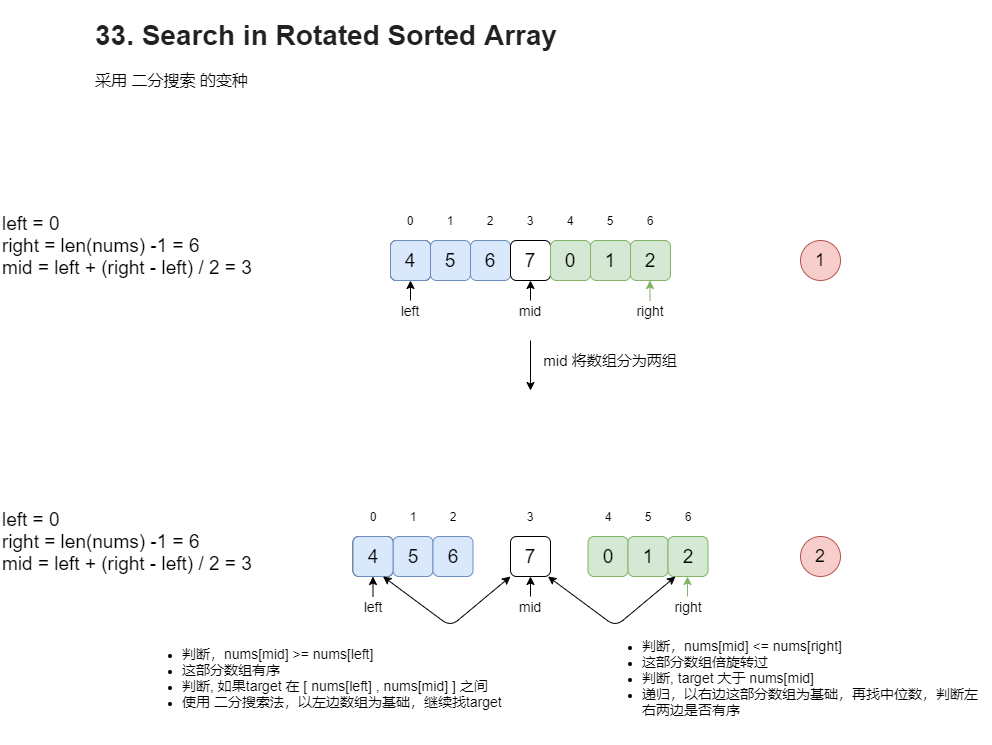
Before: Binay-Search/33_Search in Rotated Sorted Array/33-Binary-search-Rotated-Sorted-Array.png, a diagram exported from draw.io (Nevermore12321/LeetCode). Source tidied: cells renumbered, new cells last; positions are measured from the earlier drawing's top-left corner, leaving out a move shared by most shapes.
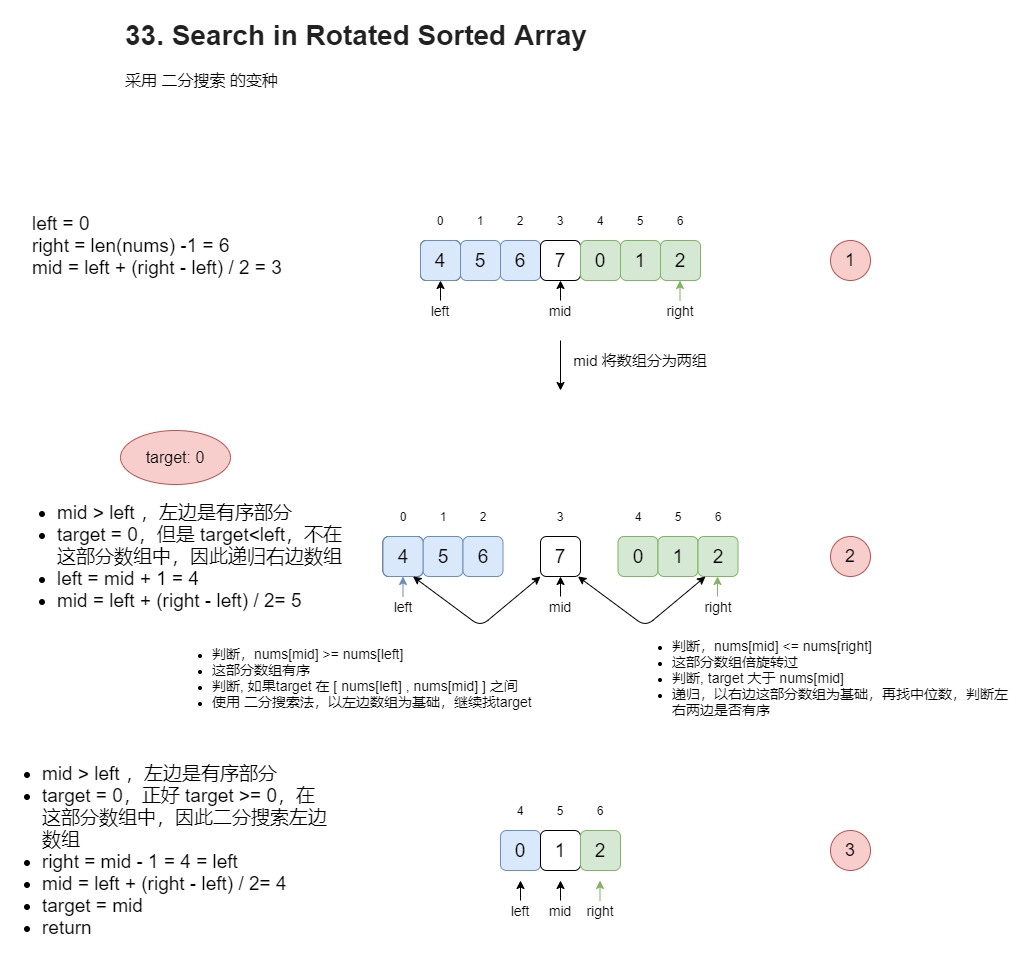
The same diagram one commit later.

Change to the diagram source:
```diff
@@ -109,7 +109,7 @@
     <mxCell id="34" value="&lt;font style=&quot;font-size: 19px&quot;&gt;2&lt;/font&gt;" style="rounded=1;whiteSpace=wrap;html=1;fillColor=#d5e8d4;strokeColor=#82b366;" parent="1" vertex="1">
       <mxGeometry x="667.5" y="526" width="40" height="40" as="geometry" />
     </mxCell>
-    <mxCell id="35" style="endArrow=classic;html=1;entryX=0.5;entryY=1;entryDx=0;entryDy=0;" parent="1" edge="1" target="27">
+    <mxCell id="35" style="endArrow=classic;html=1;entryX=0.5;entryY=1;entryDx=0;entryDy=0;fillColor=#dae8fc;strokeColor=#6c8ebf;" parent="1" edge="1" target="27">
       <mxGeometry relative="1" as="geometry">
         <mxPoint x="372.5" y="586" as="sourcePoint" />
       </mxGeometry>
@@ -120,8 +120,8 @@
         <mxPoint x="687" y="566" as="targetPoint" />
       </mxGeometry>
     </mxCell>
-    <mxCell id="37" value="&lt;font style=&quot;font-size: 19px&quot;&gt;left = 0&lt;br&gt;right = len(nums) -1 = 6&lt;br&gt;&lt;div&gt;&lt;span&gt;mid = left + (right - left) / 2 = 3&lt;/span&gt;&lt;/div&gt;&lt;/font&gt;" style="text;html=1;strokeColor=none;fillColor=none;align=left;verticalAlign=middle;whiteSpace=wrap;rounded=0;" parent="1" vertex="1">
-      <mxGeometry y="496" width="300" height="70" as="geometry" />
+    <mxCell id="37" value="&lt;div&gt;&lt;/div&gt;&lt;font style=&quot;font-size: 19px&quot;&gt;&lt;ul&gt;&lt;li&gt;&lt;font style=&quot;font-size: 19px&quot;&gt;mid &amp;gt; left ，左边是有序部分&lt;/font&gt;&lt;/li&gt;&lt;li&gt;&lt;font style=&quot;font-size: 19px&quot;&gt;target = 0，但是 target&amp;lt;left，不在这部分数组中，因此递归右边数组&lt;/font&gt;&lt;/li&gt;&lt;li&gt;left = mid + 1 = 4&lt;/li&gt;&lt;li&gt;mid = left + (right - left) / 2= 5&amp;nbsp;&lt;/li&gt;&lt;/ul&gt;&lt;/font&gt;" style="text;html=1;strokeColor=none;fillColor=none;align=left;verticalAlign=middle;whiteSpace=wrap;rounded=0;" parent="1" vertex="1">
+      <mxGeometry x="-15" y="468" width="330" height="156" as="geometry" />
     </mxCell>
     <mxCell id="38" value="0" style="text;html=1;strokeColor=none;fillColor=none;align=center;verticalAlign=middle;whiteSpace=wrap;rounded=0;" parent="1" vertex="1">
       <mxGeometry x="352.5" y="486" width="40" height="40" as="geometry" />
@@ -196,5 +196,59 @@
     <mxCell id="56" value="&lt;ul&gt;&lt;li&gt;&lt;font style=&quot;font-size: 14px&quot;&gt;判断，nums[mid] &amp;lt;= nums[right]&lt;/font&gt;&lt;/li&gt;&lt;li&gt;&lt;font style=&quot;font-size: 14px&quot;&gt;这部分数组倍旋转过&lt;/font&gt;&lt;/li&gt;&lt;li&gt;&lt;font style=&quot;font-size: 14px&quot;&gt;判断, target 大于 nums[mid]&lt;/font&gt;&lt;/li&gt;&lt;li&gt;&lt;font style=&quot;font-size: 14px&quot;&gt;递归，以右边这部分数组为基础，再找中位数，判断左右两边是否有序&lt;/font&gt;&lt;/li&gt;&lt;/ul&gt;&lt;font style=&quot;font-size: 14px&quot;&gt;&lt;br&gt;&lt;/font&gt;" style="text;html=1;strokeColor=none;fillColor=none;align=left;verticalAlign=middle;whiteSpace=wrap;rounded=0;" parent="1" vertex="1">
       <mxGeometry x="600" y="630" width="390.5" height="90" as="geometry" />
     </mxCell>
+    <mxCell id="57" value="&lt;font style=&quot;font-size: 16px&quot;&gt;target: 0&lt;/font&gt;" style="ellipse;whiteSpace=wrap;html=1;fillColor=#f8cecc;strokeColor=#b85450;" parent="1" vertex="1">
+      <mxGeometry x="90" y="420" width="110" height="54" as="geometry" />
+    </mxCell>
+    <mxCell id="58" value="&lt;font style=&quot;font-size: 19px&quot;&gt;0&lt;/font&gt;" style="rounded=1;whiteSpace=wrap;html=1;fillColor=#dae8fc;strokeColor=#6c8ebf;" parent="1" vertex="1">
+      <mxGeometry x="470" y="820" width="40" height="40" as="geometry" />
+    </mxCell>
+    <mxCell id="59" value="&lt;font style=&quot;font-size: 19px&quot;&gt;1&lt;/font&gt;" style="rounded=1;whiteSpace=wrap;html=1;" parent="1" vertex="1">
+      <mxGeometry x="510" y="820" width="40" height="40" as="geometry" />
+    </mxCell>
+    <mxCell id="60" value="&lt;font style=&quot;font-size: 19px&quot;&gt;2&lt;/font&gt;" style="rounded=1;whiteSpace=wrap;html=1;fillColor=#d5e8d4;strokeColor=#82b366;" parent="1" vertex="1">
+      <mxGeometry x="550" y="820" width="40" height="40" as="geometry" />
+    </mxCell>
+    <mxCell id="61" value="4" style="text;html=1;strokeColor=none;fillColor=none;align=center;verticalAlign=middle;whiteSpace=wrap;rounded=0;" parent="1" vertex="1">
+      <mxGeometry x="470" y="780" width="40" height="40" as="geometry" />
+    </mxCell>
+    <mxCell id="62" value="5" style="text;html=1;strokeColor=none;fillColor=none;align=center;verticalAlign=middle;whiteSpace=wrap;rounded=0;" parent="1" vertex="1">
+      <mxGeometry x="510" y="780" width="40" height="40" as="geometry" />
+    </mxCell>
+    <mxCell id="63" value="6" style="text;html=1;strokeColor=none;fillColor=none;align=center;verticalAlign=middle;whiteSpace=wrap;rounded=0;" parent="1" vertex="1">
+      <mxGeometry x="550" y="780" width="40" height="40" as="geometry" />
+    </mxCell>
+    <mxCell id="64" value="&lt;font style=&quot;font-size: 18px&quot;&gt;3&lt;/font&gt;" style="ellipse;whiteSpace=wrap;html=1;fillColor=#f8cecc;strokeColor=#b85450;" parent="1" vertex="1">
+      <mxGeometry x="800" y="820" width="40" height="40" as="geometry" />
+    </mxCell>
+    <mxCell id="65" style="endArrow=classic;html=1;entryX=0.5;entryY=1;entryDx=0;entryDy=0;fillColor=#d5e8d4;strokeColor=#82b366;" parent="1" edge="1">
+      <mxGeometry relative="1" as="geometry">
+        <mxPoint x="569.5" y="890" as="sourcePoint" />
+        <mxPoint x="569.5" y="870" as="targetPoint" />
+      </mxGeometry>
+    </mxCell>
+    <mxCell id="66" value="&lt;font style=&quot;font-size: 14px&quot;&gt;right&lt;/font&gt;" style="text;html=1;strokeColor=none;fillColor=none;align=center;verticalAlign=middle;whiteSpace=wrap;rounded=0;" parent="1" vertex="1">
+      <mxGeometry x="545" y="890" width="50" height="20" as="geometry" />
+    </mxCell>
+    <mxCell id="67" style="endArrow=classic;html=1;entryX=0.5;entryY=1;entryDx=0;entryDy=0;" parent="1" edge="1">
+      <mxGeometry relative="1" as="geometry">
+        <mxPoint x="490" y="890" as="sourcePoint" />
+        <mxPoint x="490" y="870" as="targetPoint" />
+      </mxGeometry>
+    </mxCell>
+    <mxCell id="68" value="&lt;font style=&quot;font-size: 14px&quot;&gt;left&lt;/font&gt;" style="text;html=1;strokeColor=none;fillColor=none;align=center;verticalAlign=middle;whiteSpace=wrap;rounded=0;" parent="1" vertex="1">
+      <mxGeometry x="465" y="890" width="50" height="20" as="geometry" />
+    </mxCell>
+    <mxCell id="69" style="endArrow=classic;html=1;entryX=0.5;entryY=1;entryDx=0;entryDy=0;" parent="1" edge="1">
+      <mxGeometry relative="1" as="geometry">
+        <mxPoint x="530" y="890" as="sourcePoint" />
+        <mxPoint x="530" y="870" as="targetPoint" />
+      </mxGeometry>
+    </mxCell>
+    <mxCell id="70" value="&lt;font style=&quot;font-size: 14px&quot;&gt;mid&lt;/font&gt;" style="text;html=1;strokeColor=none;fillColor=none;align=center;verticalAlign=middle;whiteSpace=wrap;rounded=0;" parent="1" vertex="1">
+      <mxGeometry x="505" y="890" width="50" height="20" as="geometry" />
+    </mxCell>
+    <mxCell id="71" value="&lt;div&gt;&lt;/div&gt;&lt;font style=&quot;font-size: 19px&quot;&gt;&lt;ul&gt;&lt;li&gt;&lt;font style=&quot;font-size: 19px&quot;&gt;mid &amp;gt; left ，左边是有序部分&lt;/font&gt;&lt;/li&gt;&lt;li&gt;&lt;font style=&quot;font-size: 19px&quot;&gt;target = 0，正好 target &amp;gt;= 0，在这部分数组中，因此二分搜索左边数组&lt;/font&gt;&lt;/li&gt;&lt;li&gt;right = mid - 1 = 4 = left&lt;/li&gt;&lt;li&gt;mid = left + (right - left) / 2= 4&lt;/li&gt;&lt;li&gt;target = mid&lt;/li&gt;&lt;li&gt;return&amp;nbsp;&lt;/li&gt;&lt;/ul&gt;&lt;/font&gt;" style="text;html=1;strokeColor=none;fillColor=none;align=left;verticalAlign=middle;whiteSpace=wrap;rounded=0;" parent="1" vertex="1">
+      <mxGeometry x="-30" y="762" width="330" height="156" as="geometry" />
+    </mxCell>
   </root>
 </mxGraphModel>
```
